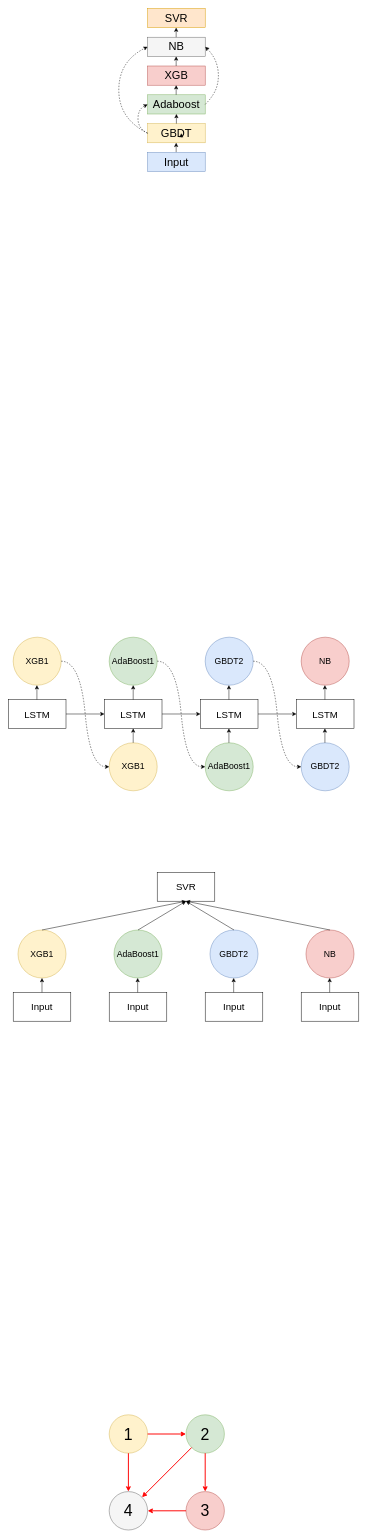
This is Untitled Diagram.drawio from guoriyue/picture, a draw.io file, before an edit. Source tidied: cells renumbered, new cells numbered last; positions are measured from the earlier drawing's top-left corner, leaving out a move shared by most shapes. Both pictures are drawn from the tidied source at 48%, with x=0, y=0 at pixel (8, 8).
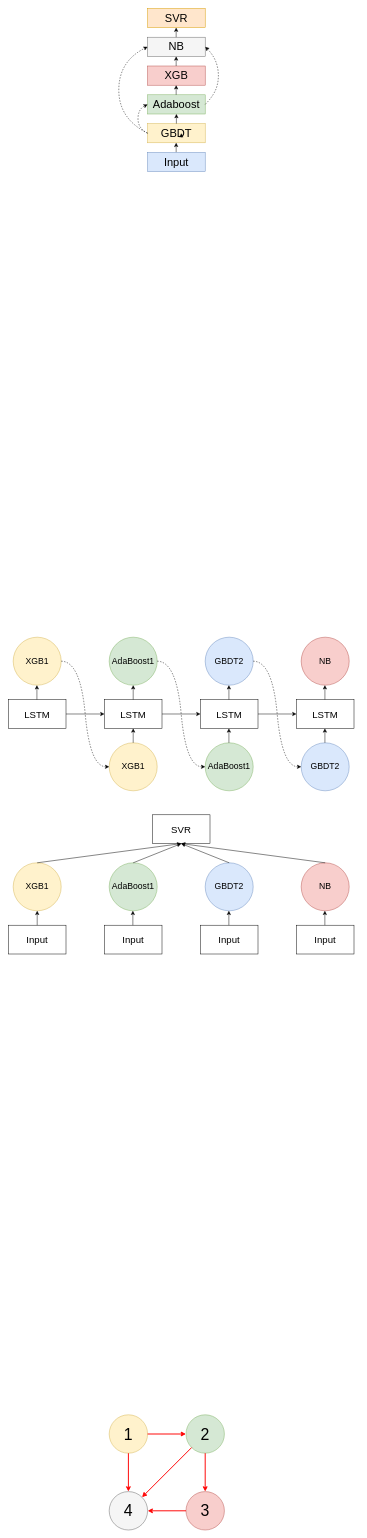
The same page after the edit.

What changed in the source:
```diff
@@
     <mxCell id="71" style="ellipse;whiteSpace=wrap;html=1;fillColor=#fff2cc;strokeColor=#d6b656;" parent="1" vertex="1">
-      <mxGeometry x="20" y="1920" width="100" height="100" as="geometry" />
+      <mxGeometry x="10" y="1780" width="100" height="100" as="geometry" />
     </mxCell>
     <mxCell id="72" style="ellipse;whiteSpace=wrap;html=1;fillColor=#d5e8d4;strokeColor=#82b366;" parent="1" vertex="1">
-      <mxGeometry x="220" y="1920" width="100" height="100" as="geometry" />
+      <mxGeometry x="210" y="1780" width="100" height="100" as="geometry" />
     </mxCell>
     <mxCell id="73" style="ellipse;whiteSpace=wrap;html=1;fillColor=#dae8fc;strokeColor=#6c8ebf;" parent="1" vertex="1">
-      <mxGeometry x="420" y="1920" width="100" height="100" as="geometry" />
+      <mxGeometry x="410" y="1780" width="100" height="100" as="geometry" />
     </mxCell>
     <mxCell id="74" style="ellipse;whiteSpace=wrap;html=1;fillColor=#f8cecc;strokeColor=#b85450;" parent="1" vertex="1">
-      <mxGeometry x="620" y="1920" width="100" height="100" as="geometry" />
+      <mxGeometry x="610" y="1780" width="100" height="100" as="geometry" />
     </mxCell>
     <mxCell id="75" value="&lt;font style=&quot;font-size: 18px&quot;&gt;XGB1&lt;/font&gt;" style="text;html=1;strokeColor=none;fillColor=none;align=center;verticalAlign=middle;whiteSpace=wrap;rounded=0;" parent="1" vertex="1">
-      <mxGeometry x="50" y="1960" width="40" height="20" as="geometry" />
+      <mxGeometry x="40" y="1820" width="40" height="20" as="geometry" />
     </mxCell>
     <mxCell id="76" value="&lt;font style=&quot;font-size: 18px&quot;&gt;AdaBoost1&lt;/font&gt;" style="text;html=1;strokeColor=none;fillColor=none;align=center;verticalAlign=middle;whiteSpace=wrap;rounded=0;" parent="1" vertex="1">
-      <mxGeometry x="250" y="1960" width="40" height="20" as="geometry" />
+      <mxGeometry x="240" y="1820" width="40" height="20" as="geometry" />
     </mxCell>
     <mxCell id="77" value="&lt;font style=&quot;font-size: 18px&quot;&gt;GBDT2&lt;/font&gt;" style="text;html=1;strokeColor=none;fillColor=none;align=center;verticalAlign=middle;whiteSpace=wrap;rounded=0;" parent="1" vertex="1">
-      <mxGeometry x="450" y="1960" width="40" height="20" as="geometry" />
+      <mxGeometry x="440" y="1820" width="40" height="20" as="geometry" />
     </mxCell>
     <mxCell id="78" value="&lt;font style=&quot;font-size: 18px&quot;&gt;NB&lt;/font&gt;" style="text;html=1;strokeColor=none;fillColor=none;align=center;verticalAlign=middle;whiteSpace=wrap;rounded=0;" parent="1" vertex="1">
-      <mxGeometry x="650" y="1960" width="40" height="20" as="geometry" />
+      <mxGeometry x="640" y="1820" width="40" height="20" as="geometry" />
     </mxCell>
     <mxCell id="79" style="rounded=0;whiteSpace=wrap;html=1;shadow=0;glass=0;sketch=0;gradientColor=none;" parent="1" vertex="1">
-      <mxGeometry x="310" y="1800" width="120" height="60" as="geometry" />
+      <mxGeometry x="300" y="1680" width="120" height="60" as="geometry" />
     </mxCell>
     <mxCell id="80" style="rounded=0;whiteSpace=wrap;html=1;shadow=0;glass=0;sketch=0;gradientColor=none;" parent="1" vertex="1">
-      <mxGeometry x="10" y="2050" width="120" height="60" as="geometry" />
+      <mxGeometry y="1910" width="120" height="60" as="geometry" />
     </mxCell>
-    <mxCell id="81" style="endArrow=classic;html=1;exitX=0.5;exitY=0;exitDx=0;exitDy=0;entryX=0.5;entryY=1;entryDx=0;entryDy=0;" parent="1" edge="1" source="71" target="79">
-      <mxGeometry relative="1" as="geometry" />
-    </mxCell>
-    <mxCell id="82" style="endArrow=classic;html=1;exitX=0.5;exitY=0;exitDx=0;exitDy=0;" parent="1" edge="1" source="72">
-      <mxGeometry relative="1" as="geometry">
-        <mxPoint x="370" y="1860" as="targetPoint" />
-      </mxGeometry>
-    </mxCell>
-    <mxCell id="83" style="endArrow=classic;html=1;exitX=0.5;exitY=0;exitDx=0;exitDy=0;entryX=0.5;entryY=1;entryDx=0;entryDy=0;" parent="1" edge="1" source="73" target="79">
-      <mxGeometry relative="1" as="geometry" />
-    </mxCell>
-    <mxCell id="84" style="endArrow=classic;html=1;exitX=0.5;exitY=0;exitDx=0;exitDy=0;entryX=0.5;entryY=1;entryDx=0;entryDy=0;" parent="1" edge="1" source="74" target="79">
-      <mxGeometry relative="1" as="geometry" />
-    </mxCell>
     <mxCell id="85" value="&lt;font style=&quot;font-size: 20px&quot;&gt;SVR&lt;/font&gt;" style="text;html=1;strokeColor=none;fillColor=none;align=center;verticalAlign=middle;whiteSpace=wrap;rounded=0;" parent="1" vertex="1">
-      <mxGeometry x="350" y="1820" width="40" height="20" as="geometry" />
+      <mxGeometry x="340" y="1700" width="40" height="20" as="geometry" />
     </mxCell>
     <mxCell id="86" style="rounded=0;whiteSpace=wrap;html=1;shadow=0;glass=0;sketch=0;gradientColor=none;" parent="1" vertex="1">
-      <mxGeometry x="210" y="2050" width="120" height="60" as="geometry" />
+      <mxGeometry x="200" y="1910" width="120" height="60" as="geometry" />
     </mxCell>
     <mxCell id="87" style="rounded=0;whiteSpace=wrap;html=1;shadow=0;glass=0;sketch=0;gradientColor=none;" parent="1" vertex="1">
-      <mxGeometry x="410" y="2050" width="120" height="60" as="geometry" />
+      <mxGeometry x="400" y="1910" width="120" height="60" as="geometry" />
     </mxCell>
     <mxCell id="88" style="rounded=0;whiteSpace=wrap;html=1;shadow=0;glass=0;sketch=0;gradientColor=none;" parent="1" vertex="1">
-      <mxGeometry x="610" y="2050" width="120" height="60" as="geometry" />
+      <mxGeometry x="600" y="1910" width="120" height="60" as="geometry" />
     </mxCell>
     <mxCell id="89" value="&lt;font style=&quot;font-size: 20px&quot;&gt;Input&lt;/font&gt;" style="text;html=1;strokeColor=none;fillColor=none;align=center;verticalAlign=middle;whiteSpace=wrap;rounded=0;" parent="1" vertex="1">
-      <mxGeometry x="50" y="2070" width="40" height="20" as="geometry" />
+      <mxGeometry x="40" y="1930" width="40" height="20" as="geometry" />
     </mxCell>
     <mxCell id="90" value="&lt;font style=&quot;font-size: 20px&quot;&gt;Input&lt;/font&gt;" style="text;html=1;strokeColor=none;fillColor=none;align=center;verticalAlign=middle;whiteSpace=wrap;rounded=0;" parent="1" vertex="1">
-      <mxGeometry x="250" y="2070" width="40" height="20" as="geometry" />
+      <mxGeometry x="240" y="1930" width="40" height="20" as="geometry" />
     </mxCell>
     <mxCell id="91" value="&lt;font style=&quot;font-size: 20px&quot;&gt;Input&lt;/font&gt;" style="text;html=1;strokeColor=none;fillColor=none;align=center;verticalAlign=middle;whiteSpace=wrap;rounded=0;" parent="1" vertex="1">
-      <mxGeometry x="450" y="2070" width="40" height="20" as="geometry" />
+      <mxGeometry x="440" y="1930" width="40" height="20" as="geometry" />
     </mxCell>
     <mxCell id="92" value="&lt;font style=&quot;font-size: 20px&quot;&gt;Input&lt;/font&gt;" style="text;html=1;strokeColor=none;fillColor=none;align=center;verticalAlign=middle;whiteSpace=wrap;rounded=0;" parent="1" vertex="1">
-      <mxGeometry x="650" y="2070" width="40" height="20" as="geometry" />
+      <mxGeometry x="640" y="1930" width="40" height="20" as="geometry" />
     </mxCell>
@@
     <mxCell id="94" style="endArrow=classic;html=1;exitX=0.5;exitY=0;exitDx=0;exitDy=0;entryX=0.5;entryY=1;entryDx=0;entryDy=0;" parent="1" edge="1">
       <mxGeometry relative="1" as="geometry">
-        <mxPoint x="269.3" y="2050" as="sourcePoint" />
-        <mxPoint x="269.3" y="2020" as="targetPoint" />
+        <mxPoint x="259.3" y="1910" as="sourcePoint" />
+        <mxPoint x="259.3" y="1880" as="targetPoint" />
       </mxGeometry>
     </mxCell>
     <mxCell id="95" style="endArrow=classic;html=1;exitX=0.5;exitY=0;exitDx=0;exitDy=0;entryX=0.5;entryY=1;entryDx=0;entryDy=0;" parent="1" edge="1">
       <mxGeometry relative="1" as="geometry">
-        <mxPoint x="469.3" y="2050" as="sourcePoint" />
-        <mxPoint x="469.3" y="2020" as="targetPoint" />
+        <mxPoint x="459.3" y="1910" as="sourcePoint" />
+        <mxPoint x="459.3" y="1880" as="targetPoint" />
       </mxGeometry>
     </mxCell>
     <mxCell id="96" style="endArrow=classic;html=1;exitX=0.5;exitY=0;exitDx=0;exitDy=0;entryX=0.5;entryY=1;entryDx=0;entryDy=0;" parent="1" edge="1">
       <mxGeometry relative="1" as="geometry">
-        <mxPoint x="669.3" y="2050" as="sourcePoint" />
-        <mxPoint x="669.3" y="2020" as="targetPoint" />
+        <mxPoint x="659.3" y="1910" as="sourcePoint" />
+        <mxPoint x="659.3" y="1880" as="targetPoint" />
       </mxGeometry>
     </mxCell>
+    <mxCell id="81" style="endArrow=classic;html=1;exitX=0.5;exitY=0;exitDx=0;exitDy=0;entryX=0.5;entryY=1;entryDx=0;entryDy=0;" parent="1" edge="1" source="71" target="79">
+      <mxGeometry relative="1" as="geometry" />
+    </mxCell>
+    <mxCell id="97" style="endArrow=classic;html=1;exitX=0.5;exitY=0;exitDx=0;exitDy=0;" parent="1" edge="1" source="72">
+      <mxGeometry relative="1" as="geometry">
+        <mxPoint x="360" y="1740" as="targetPoint" />
+      </mxGeometry>
+    </mxCell>
+    <mxCell id="98" style="endArrow=classic;html=1;exitX=0.5;exitY=0;exitDx=0;exitDy=0;" parent="1" edge="1" source="73">
+      <mxGeometry relative="1" as="geometry">
+        <mxPoint x="360" y="1740" as="targetPoint" />
+      </mxGeometry>
+    </mxCell>
+    <mxCell id="84" style="endArrow=classic;html=1;exitX=0.5;exitY=0;exitDx=0;exitDy=0;entryX=0.5;entryY=1;entryDx=0;entryDy=0;" parent="1" edge="1" source="74" target="79">
+      <mxGeometry relative="1" as="geometry" />
+    </mxCell>
```
